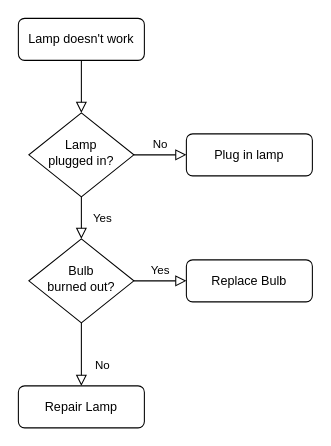
Before: client-data-housekeeping.drawio in cjjian/Diagram, a draw.io diagram. Source tidied: cells renumbered, new cells numbered last; positions are measured from the earlier drawing's top-left corner, leaving out a move shared by most shapes. Both pictures are drawn from the tidied source at 105%, with x=0, y=0 at pixel (18, 18).
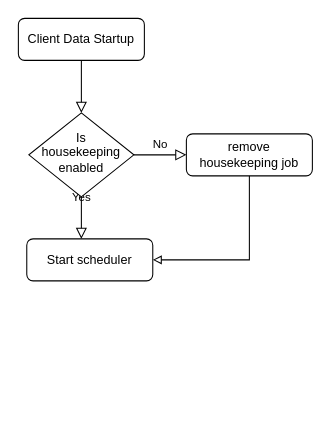
The same page after the edit.

What changed in the source:
```diff
@@
 <mxGraphModel>
   <root>
     <mxCell id="0" />
     <mxCell id="1" parent="0" />
     <mxCell id="2" style="rounded=0;html=1;jettySize=auto;fontSize=11;endArrow=block;endFill=0;endSize=8;strokeWidth=1;shadow=0;labelBackgroundColor=none;edgeStyle=orthogonalEdgeStyle;" parent="1" edge="1" source="3" target="6">
       <mxGeometry relative="1" as="geometry" />
     </mxCell>
-    <mxCell id="3" value="Lamp doesn't work" style="rounded=1;whiteSpace=wrap;html=1;fontSize=12;glass=0;strokeWidth=1;shadow=0;" parent="1" vertex="1">
+    <mxCell id="3" value="Client Data Startup" style="rounded=1;whiteSpace=wrap;html=1;fontSize=12;glass=0;strokeWidth=1;shadow=0;" parent="1" vertex="1">
       <mxGeometry width="120" height="40" as="geometry" />
     </mxCell>
-    <mxCell id="4" value="Yes" style="rounded=0;html=1;jettySize=auto;fontSize=11;endArrow=block;endFill=0;endSize=8;strokeWidth=1;shadow=0;labelBackgroundColor=none;edgeStyle=orthogonalEdgeStyle;" parent="1" edge="1" source="6" target="10">
-      <mxGeometry y="20" relative="1" as="geometry" />
+    <mxCell id="4" value="Yes" style="rounded=0;html=1;jettySize=auto;fontSize=11;endArrow=block;endFill=0;endSize=8;strokeWidth=1;shadow=0;labelBackgroundColor=none;edgeStyle=orthogonalEdgeStyle;" parent="1" edge="1" source="6">
+      <mxGeometry y="20" relative="1" as="geometry">
+        <mxPoint x="60" y="210" as="targetPoint" />
+      </mxGeometry>
     </mxCell>
     <mxCell id="5" value="No" style="edgeStyle=orthogonalEdgeStyle;rounded=0;html=1;jettySize=auto;fontSize=11;endArrow=block;endFill=0;endSize=8;strokeWidth=1;shadow=0;labelBackgroundColor=none;" parent="1" edge="1" source="6" target="7">
       <mxGeometry y="10" relative="1" as="geometry" />
     </mxCell>
-    <mxCell id="6" value="Lamp&lt;br&gt;plugged in?" style="rhombus;whiteSpace=wrap;html=1;shadow=0;fontFamily=Helvetica;fontSize=12;align=center;strokeWidth=1;spacing=6;spacingTop=-4;" parent="1" vertex="1">
+    <mxCell id="6" value="Is &lt;br&gt;housekeeping&lt;br&gt;enabled" style="rhombus;whiteSpace=wrap;html=1;shadow=0;fontFamily=Helvetica;fontSize=12;align=center;strokeWidth=1;spacing=6;spacingTop=-4;" parent="1" vertex="1">
       <mxGeometry x="10" y="90" width="100" height="80" as="geometry" />
     </mxCell>
+    <mxCell id="13" style="edgeStyle=orthogonalEdgeStyle;rounded=0;jettySize=auto;html=1;entryX=1;entryY=0.5;entryDx=0;entryDy=0;endArrow=block;endFill=0;" parent="1" edge="1" source="7" target="12">
+      <mxGeometry relative="1" as="geometry">
+        <Array as="points">
+          <mxPoint x="220" y="230" />
+        </Array>
+      </mxGeometry>
+    </mxCell>
-    <mxCell id="7" value="Plug in lamp" style="rounded=1;whiteSpace=wrap;html=1;fontSize=12;glass=0;strokeWidth=1;shadow=0;" parent="1" vertex="1">
+    <mxCell id="7" value="remove housekeeping job" style="rounded=1;whiteSpace=wrap;html=1;fontSize=12;glass=0;strokeWidth=1;shadow=0;" parent="1" vertex="1">
       <mxGeometry x="160" y="110" width="120" height="40" as="geometry" />
     </mxCell>
-    <mxCell id="8" value="No" style="rounded=0;html=1;jettySize=auto;fontSize=11;endArrow=block;endFill=0;endSize=8;strokeWidth=1;shadow=0;labelBackgroundColor=none;edgeStyle=orthogonalEdgeStyle;" parent="1" edge="1" source="10" target="11">
-      <mxGeometry x="0.33" y="20" relative="1" as="geometry" />
-    </mxCell>
-    <mxCell id="9" value="Yes" style="edgeStyle=orthogonalEdgeStyle;rounded=0;html=1;jettySize=auto;fontSize=11;endArrow=block;endFill=0;endSize=8;strokeWidth=1;shadow=0;labelBackgroundColor=none;" parent="1" edge="1" source="10" target="12">
-      <mxGeometry y="10" relative="1" as="geometry" />
-    </mxCell>
-    <mxCell id="10" value="Bulb&lt;br&gt;burned out?" style="rhombus;whiteSpace=wrap;html=1;shadow=0;fontFamily=Helvetica;fontSize=12;align=center;strokeWidth=1;spacing=6;spacingTop=-4;" parent="1" vertex="1">
-      <mxGeometry x="10" y="210" width="100" height="80" as="geometry" />
-    </mxCell>
-    <mxCell id="11" value="Repair Lamp" style="rounded=1;whiteSpace=wrap;html=1;fontSize=12;glass=0;strokeWidth=1;shadow=0;" parent="1" vertex="1">
-      <mxGeometry y="350" width="120" height="40" as="geometry" />
-    </mxCell>
-    <mxCell id="12" value="Replace Bulb" style="rounded=1;whiteSpace=wrap;html=1;fontSize=12;glass=0;strokeWidth=1;shadow=0;" parent="1" vertex="1">
-      <mxGeometry x="160" y="230" width="120" height="40" as="geometry" />
+    <mxCell id="12" value="Start scheduler" style="rounded=1;whiteSpace=wrap;html=1;fontSize=12;glass=0;strokeWidth=1;shadow=0;" parent="1" vertex="1">
+      <mxGeometry x="8" y="210" width="120" height="40" as="geometry" />
     </mxCell>
   </root>
 </mxGraphModel>
```
